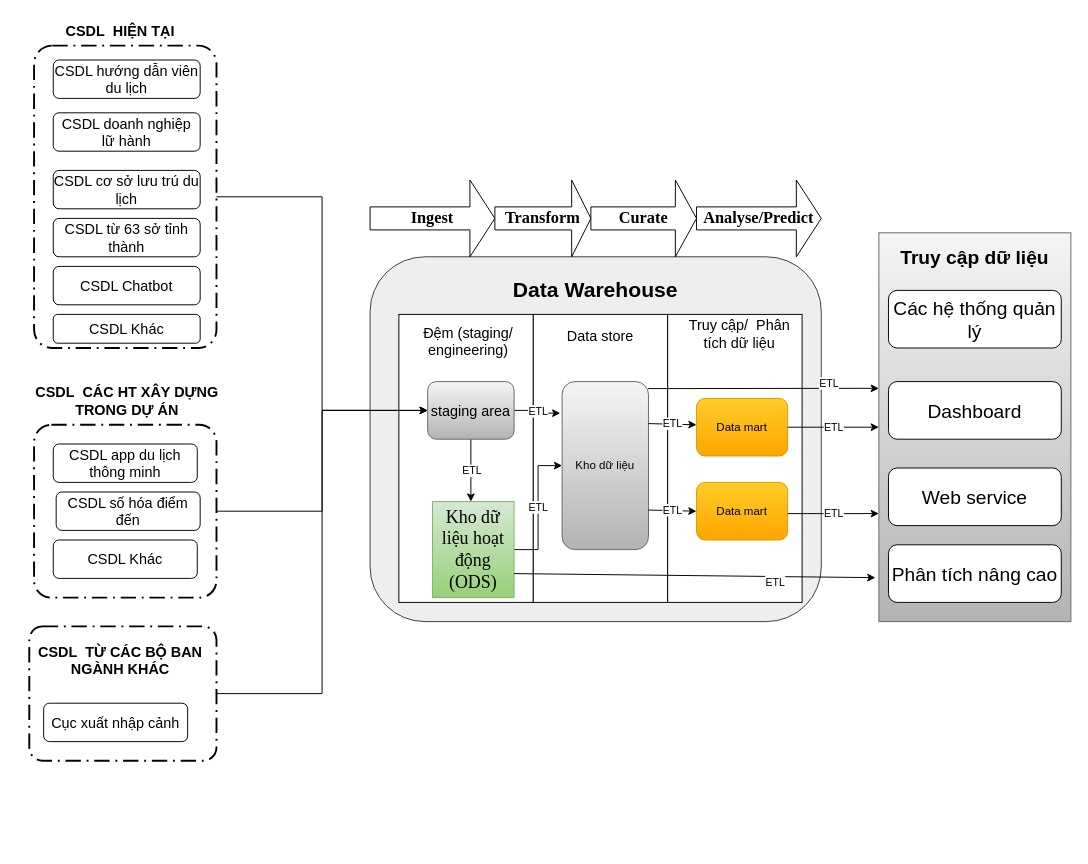
The draw.io diagram page "KHO_DU_LIEU" (1 of 4) of so-do-draw/TCDL_VDI.drawio in letheanh12345/Draw-io, before the edit. Source tidied: cells renumbered, new cells numbered last; positions are measured from the earlier drawing's top-left corner, leaving out a move shared by most shapes. Both pictures are drawn from the tidied source at 96%, with x=0, y=0 at pixel (16, 16).
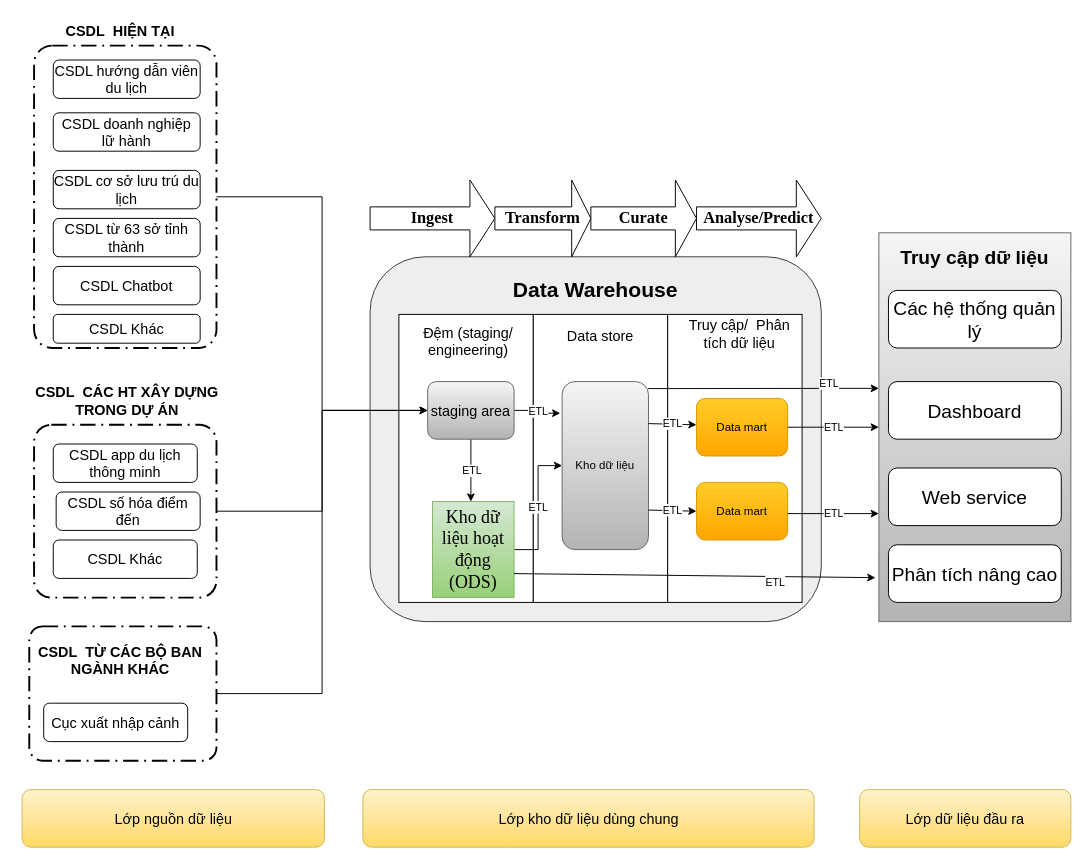
After the change.

The edit, as a diff of the source:
```diff
@@
+    <mxCell id="55" value="Lớp nguồn dữ liệu" style="rounded=1;whiteSpace=wrap;html=1;fontSize=15;fillColor=#fff2cc;gradientColor=#ffd966;strokeColor=#d6b656;" parent="1" vertex="1">
+      <mxGeometry x="5.5" y="805" width="315" height="60" as="geometry" />
+    </mxCell>
+    <mxCell id="56" value="Lớp kho dữ liệu dùng chung" style="rounded=1;whiteSpace=wrap;html=1;fontSize=15;fillColor=#fff2cc;gradientColor=#ffd966;strokeColor=#d6b656;" parent="1" vertex="1">
+      <mxGeometry x="360.5" y="805" width="470" height="60" as="geometry" />
+    </mxCell>
+    <mxCell id="57" value="Lớp dữ liệu đầu ra" style="rounded=1;whiteSpace=wrap;html=1;fontSize=15;fillColor=#fff2cc;gradientColor=#ffd966;strokeColor=#d6b656;" parent="1" vertex="1">
+      <mxGeometry x="878" y="805" width="220" height="60" as="geometry" />
+    </mxCell>
```
